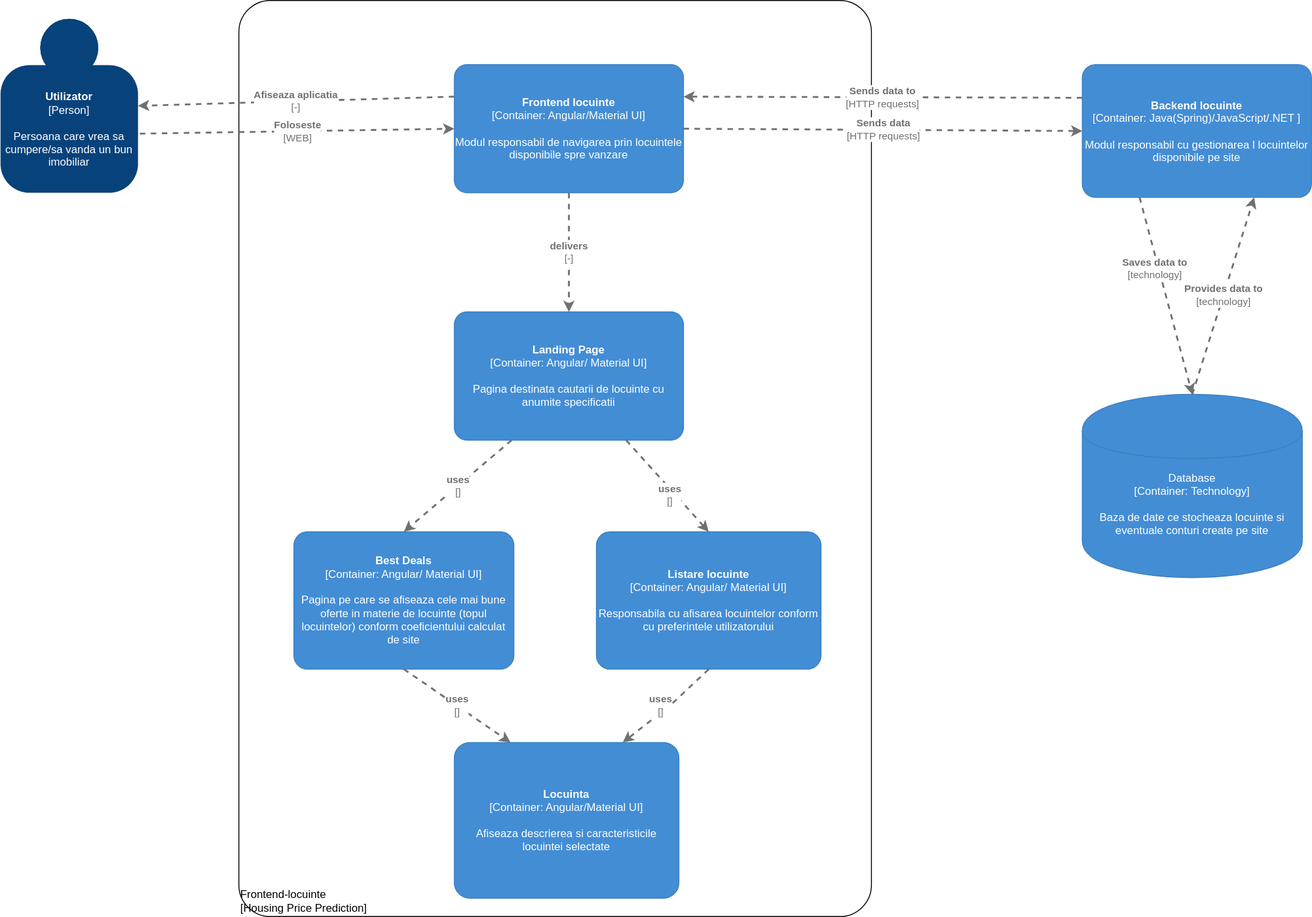
Above: C4-Frontend-locuinte/frontend-locuinte-level2.svg in MirceaSofrone/IPproiect-DeployFront (draw.io), before the change. Source tidied: cells renumbered, new cells last; positions are measured from the earlier drawing's top-left corner, leaving out a move shared by most shapes. The source it was exported from:
```xml
<mxGraphModel>
  <root>
    <mxCell id="0" />
    <mxCell id="1" parent="0" />
    <object id="2" label="&lt;div style=&quot;text-align: left&quot;&gt;%c4Name%&lt;/div&gt;&lt;div style=&quot;text-align: left&quot;&gt;[%c4Application%]&lt;/div&gt;" c4Application="Housing Price Prediction" c4Name="Frontend-locuinte" c4Type="ExecutionEnvironment" placeholders="1">
      <mxCell style="rounded=1;whiteSpace=wrap;html=1;labelBackgroundColor=none;fillColor=#ffffff;fontColor=#000000;align=left;arcSize=5;strokeColor=#000000;verticalAlign=bottom;metaData={&quot;c4Type&quot;:{&quot;editable&quot;:false}};" parent="1" vertex="1">
        <mxGeometry x="260" width="690" height="1000" as="geometry" />
      </mxCell>
    </object>
    <object id="3" label="&lt;b&gt;%c4Name%&lt;/b&gt;&lt;div&gt;[%c4Type%: %c4Technology%]&lt;/div&gt;&lt;br&gt;&lt;div&gt;%c4Description%&lt;/div&gt;" c4Description="Modul responsabil de navigarea prin locuintele disponibile spre vanzare" c4Name="Frontend locuinte" c4Technology="Angular/Material UI" c4Type="Container" placeholders="1">
      <mxCell style="rounded=1;whiteSpace=wrap;html=1;labelBackgroundColor=none;fillColor=#438DD5;fontColor=#ffffff;align=center;arcSize=10;strokeColor=#3C7FC0;metaData={&quot;c4Type&quot;:{&quot;editable&quot;:false}};points=[[0.25,0,0],[0.5,0,0],[0.75,0,0],[1,0.25,0],[1,0.5,0],[1,0.75,0],[0.75,1,0],[0.5,1,0],[0.25,1,0],[0,0.75,0],[0,0.5,0],[0,0.25,0]];" parent="1" vertex="1">
        <mxGeometry x="495" y="70" width="250" height="140" as="geometry" />
      </mxCell>
    </object>
    <object id="4" label="&lt;b&gt;%c4Name%&lt;/b&gt;&lt;div&gt;[%c4Type%: %c4Technology%]&lt;/div&gt;&lt;br&gt;&lt;div&gt;%c4Description%&lt;/div&gt;" c4Description="Pagina destinata cautarii de locuinte cu anumite specificatii" c4Name="Landing Page" c4Technology="Angular/ Material UI" c4Type="Container" placeholders="1">
      <mxCell style="rounded=1;whiteSpace=wrap;html=1;labelBackgroundColor=none;fillColor=#438DD5;fontColor=#ffffff;align=center;arcSize=10;strokeColor=#3C7FC0;metaData={&quot;c4Type&quot;:{&quot;editable&quot;:false}};points=[[0.25,0,0],[0.5,0,0],[0.75,0,0],[1,0.25,0],[1,0.5,0],[1,0.75,0],[0.75,1,0],[0.5,1,0],[0.25,1,0],[0,0.75,0],[0,0.5,0],[0,0.25,0]];" parent="1" vertex="1">
        <mxGeometry x="495" y="340" width="250" height="140" as="geometry" />
      </mxCell>
    </object>
    <object id="5" label="&lt;b&gt;%c4Name%&lt;/b&gt;&lt;div&gt;[%c4Type%]&lt;/div&gt;&lt;br&gt;&lt;div&gt;%c4Description%&lt;/div&gt;" c4Description="Persoana care vrea sa cumpere/sa vanda un bun imobiliar" c4Name="Utilizator" c4Type="Person" placeholders="1">
      <mxCell style="html=1;dashed=0;whitespace=wrap;fillColor=#08427b;strokeColor=none;fontColor=#ffffff;shape=mxgraph.c4.person;align=center;points=[[0.5,0,0],[1,0.5,0],[1,0.75,0],[0.75,1,0],[0.5,1,0],[0.25,1,0],[0,0.75,0],[0,0.5,0]];metaData={&quot;c4Type&quot;:{&quot;editable&quot;:false}};whiteSpace=wrap;" parent="1" vertex="1">
        <mxGeometry y="20" width="150" height="190" as="geometry" />
      </mxCell>
    </object>
    <object id="6" label="&lt;div style=&quot;text-align: left&quot;&gt;&lt;div style=&quot;text-align: center&quot;&gt;&lt;b&gt;%c4Description%&lt;/b&gt;&lt;/div&gt;&lt;div style=&quot;text-align: center&quot;&gt;[%c4Technology%]&lt;/div&gt;&lt;/div&gt;" c4Description="Foloseste" c4Technology="WEB" c4Type="Relationship" placeholders="1">
      <mxCell style="edgeStyle=none;rounded=0;html=1;jettySize=auto;strokeColor=#707070;strokeWidth=2;fontColor=#707070;jumpStyle=none;dashed=1;metaData={&quot;c4Type&quot;:{&quot;editable&quot;:false}};exitX=1.013;exitY=0.66;exitDx=0;exitDy=0;exitPerimeter=0;entryX=0;entryY=0.5;entryDx=0;entryDy=0;entryPerimeter=0;" parent="1" edge="1" source="5" target="3">
        <mxGeometry relative="1" as="geometry" />
      </mxCell>
    </object>
    <object id="7" label="&lt;b&gt;%c4Name%&lt;/b&gt;&lt;div&gt;[%c4Type%: %c4Technology%]&lt;/div&gt;&lt;br&gt;&lt;div&gt;%c4Description%&lt;/div&gt;" c4Description="Modul responsabil cu gestionarea l locuintelor disponibile pe site" c4Name="Backend locuinte" c4Technology="Java(Spring)/JavaScript/.NET " c4Type="Container" placeholders="1">
      <mxCell style="rounded=1;whiteSpace=wrap;html=1;labelBackgroundColor=none;fillColor=#438DD5;fontColor=#ffffff;align=center;arcSize=10;strokeColor=#3C7FC0;metaData={&quot;c4Type&quot;:{&quot;editable&quot;:false}};points=[[0.25,0,0],[0.5,0,0],[0.75,0,0],[1,0.25,0],[1,0.5,0],[1,0.75,0],[0.75,1,0],[0.5,1,0],[0.25,1,0],[0,0.75,0],[0,0.5,0],[0,0.25,0]];" parent="1" vertex="1">
        <mxGeometry x="1180" y="70" width="250" height="145" as="geometry" />
      </mxCell>
    </object>
    <object id="8" label="&lt;b&gt;%c4Name%&lt;/b&gt;&lt;div&gt;[%c4Type%: %c4Technology%]&lt;/div&gt;&lt;br&gt;&lt;div&gt;%c4Description%&lt;/div&gt;" c4Description="Pagina pe care se afiseaza cele mai bune oferte in materie de locuinte (topul locuintelor) conform coeficientului calculat de site" c4Name="Best Deals" c4Technology="Angular/ Material UI" c4Type="Container" placeholders="1">
      <mxCell style="rounded=1;whiteSpace=wrap;html=1;labelBackgroundColor=none;fillColor=#438DD5;fontColor=#ffffff;align=center;arcSize=10;strokeColor=#3C7FC0;metaData={&quot;c4Type&quot;:{&quot;editable&quot;:false}};points=[[0.25,0,0],[0.5,0,0],[0.75,0,0],[1,0.25,0],[1,0.5,0],[1,0.75,0],[0.75,1,0],[0.5,1,0],[0.25,1,0],[0,0.75,0],[0,0.5,0],[0,0.25,0]];" parent="1" vertex="1">
        <mxGeometry x="320" y="580" width="240" height="150" as="geometry" />
      </mxCell>
    </object>
    <object id="9" label="&lt;b&gt;%c4Name%&lt;/b&gt;&lt;div&gt;[%c4Type%: %c4Technology%]&lt;/div&gt;&lt;br&gt;&lt;div&gt;%c4Description%&lt;/div&gt;" c4Description="Responsabila cu afisarea locuintelor conform cu preferintele utilizatorului" c4Name="Listare locuinte" c4Technology="Angular/ Material UI" c4Type="Container" placeholders="1">
      <mxCell style="rounded=1;whiteSpace=wrap;html=1;labelBackgroundColor=none;fillColor=#438DD5;fontColor=#ffffff;align=center;arcSize=10;strokeColor=#3C7FC0;metaData={&quot;c4Type&quot;:{&quot;editable&quot;:false}};points=[[0.25,0,0],[0.5,0,0],[0.75,0,0],[1,0.25,0],[1,0.5,0],[1,0.75,0],[0.75,1,0],[0.5,1,0],[0.25,1,0],[0,0.75,0],[0,0.5,0],[0,0.25,0]];" parent="1" vertex="1">
        <mxGeometry x="650" y="580" width="245" height="150" as="geometry" />
      </mxCell>
    </object>
    <object id="10" label="&lt;div style=&quot;text-align: left&quot;&gt;&lt;div style=&quot;text-align: center&quot;&gt;&lt;b&gt;%c4Description%&lt;/b&gt;&lt;/div&gt;&lt;div style=&quot;text-align: center&quot;&gt;[%c4Technology%]&lt;/div&gt;&lt;/div&gt;" c4Description="Sends data" c4Technology="HTTP requests" c4Type="Relationship" placeholders="1">
      <mxCell style="edgeStyle=none;rounded=0;html=1;jettySize=auto;strokeColor=#707070;strokeWidth=2;fontColor=#707070;jumpStyle=none;dashed=1;metaData={&quot;c4Type&quot;:{&quot;editable&quot;:false}};entryX=0;entryY=0.5;entryDx=0;entryDy=0;entryPerimeter=0;exitX=1;exitY=0.5;exitDx=0;exitDy=0;exitPerimeter=0;" parent="1" edge="1" source="3" target="7">
        <mxGeometry relative="1" as="geometry" />
      </mxCell>
    </object>
    <object id="11" label="&lt;div style=&quot;text-align: left&quot;&gt;&lt;div style=&quot;text-align: center&quot;&gt;&lt;b&gt;%c4Description%&lt;/b&gt;&lt;/div&gt;&lt;div style=&quot;text-align: center&quot;&gt;[%c4Technology%]&lt;/div&gt;&lt;/div&gt;" c4Description="Sends data to" c4Technology="HTTP requests" c4Type="Relationship" placeholders="1">
      <mxCell style="edgeStyle=none;rounded=0;html=1;jettySize=auto;strokeColor=#707070;strokeWidth=2;fontColor=#707070;jumpStyle=none;dashed=1;metaData={&quot;c4Type&quot;:{&quot;editable&quot;:false}};entryX=1;entryY=0.25;entryDx=0;entryDy=0;entryPerimeter=0;exitX=0;exitY=0.25;exitDx=0;exitDy=0;exitPerimeter=0;" parent="1" edge="1" source="7" target="3">
        <mxGeometry relative="1" as="geometry" />
      </mxCell>
    </object>
    <object id="12" label="&lt;b&gt;%c4Name%&lt;/b&gt;&lt;div&gt;[%c4Type%: %c4Technology%]&lt;/div&gt;&lt;br&gt;&lt;div&gt;%c4Description%&lt;/div&gt;" c4Description="Afiseaza descrierea si caracteristicile locuintei selectate" c4Name="Locuinta" c4Technology="Angular/Material UI" c4Type="Container" placeholders="1">
      <mxCell style="rounded=1;whiteSpace=wrap;html=1;labelBackgroundColor=none;fillColor=#438DD5;fontColor=#ffffff;align=center;arcSize=10;strokeColor=#3C7FC0;metaData={&quot;c4Type&quot;:{&quot;editable&quot;:false}};points=[[0.25,0,0],[0.5,0,0],[0.75,0,0],[1,0.25,0],[1,0.5,0],[1,0.75,0],[0.75,1,0],[0.5,1,0],[0.25,1,0],[0,0.75,0],[0,0.5,0],[0,0.25,0]];" parent="1" vertex="1">
        <mxGeometry x="495" y="810" width="245" height="170" as="geometry" />
      </mxCell>
    </object>
    <object id="13" label="&lt;div style=&quot;text-align: left&quot;&gt;&lt;div style=&quot;text-align: center&quot;&gt;&lt;b&gt;%c4Description%&lt;/b&gt;&lt;/div&gt;&lt;div style=&quot;text-align: center&quot;&gt;[%c4Technology%]&lt;/div&gt;&lt;/div&gt;" c4Description="delivers" c4Technology="-" c4Type="Relationship" placeholders="1">
      <mxCell style="edgeStyle=none;rounded=0;html=1;entryX=0.5;entryY=0;jettySize=auto;strokeColor=#707070;strokeWidth=2;fontColor=#707070;jumpStyle=none;dashed=1;metaData={&quot;c4Type&quot;:{&quot;editable&quot;:false}};entryDx=0;entryDy=0;entryPerimeter=0;exitX=0.5;exitY=1;exitDx=0;exitDy=0;exitPerimeter=0;" parent="1" edge="1" source="3" target="4">
        <mxGeometry relative="1" as="geometry" />
      </mxCell>
    </object>
    <object id="14" label="&lt;div style=&quot;text-align: left&quot;&gt;&lt;div style=&quot;text-align: center&quot;&gt;&lt;b&gt;%c4Description%&lt;/b&gt;&lt;/div&gt;&lt;div style=&quot;text-align: center&quot;&gt;[%c4Technology%]&lt;/div&gt;&lt;/div&gt;" c4Description="Afiseaza aplicatia" c4Technology="-" c4Type="Relationship" placeholders="1">
      <mxCell style="edgeStyle=none;rounded=0;html=1;entryX=1;entryY=0.5;jettySize=auto;strokeColor=#707070;strokeWidth=2;fontColor=#707070;jumpStyle=none;dashed=1;metaData={&quot;c4Type&quot;:{&quot;editable&quot;:false}};exitX=0;exitY=0.25;exitDx=0;exitDy=0;exitPerimeter=0;entryDx=0;entryDy=0;entryPerimeter=0;" parent="1" edge="1" source="3" target="5">
        <mxGeometry relative="1" as="geometry" />
      </mxCell>
    </object>
    <object id="15" label="&lt;div style=&quot;text-align: left&quot;&gt;&lt;div style=&quot;text-align: center&quot;&gt;&lt;b&gt;%c4Description%&lt;/b&gt;&lt;/div&gt;&lt;div style=&quot;text-align: center&quot;&gt;[%c4Technology%]&lt;/div&gt;&lt;/div&gt;" c4Description="uses" c4Technology="" c4Type="Relationship" placeholders="1">
      <mxCell style="edgeStyle=none;rounded=0;html=1;entryX=0.5;entryY=0;jettySize=auto;strokeColor=#707070;strokeWidth=2;fontColor=#707070;jumpStyle=none;dashed=1;metaData={&quot;c4Type&quot;:{&quot;editable&quot;:false}};exitX=0.75;exitY=1;exitDx=0;exitDy=0;exitPerimeter=0;entryDx=0;entryDy=0;entryPerimeter=0;" parent="1" edge="1" source="4" target="9">
        <mxGeometry x="0.14" y="-5" relative="1" as="geometry" />
      </mxCell>
    </object>
    <object id="16" label="&lt;div style=&quot;text-align: left&quot;&gt;&lt;div style=&quot;text-align: center&quot;&gt;&lt;b&gt;%c4Description%&lt;/b&gt;&lt;/div&gt;&lt;div style=&quot;text-align: center&quot;&gt;[%c4Technology%]&lt;/div&gt;&lt;/div&gt;" c4Description="uses" c4Technology="" c4Type="Relationship" placeholders="1">
      <mxCell style="edgeStyle=none;rounded=0;html=1;entryX=0.25;entryY=0;jettySize=auto;strokeColor=#707070;strokeWidth=2;fontColor=#707070;jumpStyle=none;dashed=1;metaData={&quot;c4Type&quot;:{&quot;editable&quot;:false}};entryDx=0;entryDy=0;entryPerimeter=0;exitX=0.5;exitY=1;exitDx=0;exitDy=0;exitPerimeter=0;" parent="1" edge="1" source="8" target="12">
        <mxGeometry relative="1" as="geometry" />
      </mxCell>
    </object>
    <object id="17" label="&lt;div style=&quot;text-align: left&quot;&gt;&lt;div style=&quot;text-align: center&quot;&gt;&lt;b&gt;%c4Description%&lt;/b&gt;&lt;/div&gt;&lt;div style=&quot;text-align: center&quot;&gt;[%c4Technology%]&lt;/div&gt;&lt;/div&gt;" c4Description="uses" c4Technology="" c4Type="Relationship" placeholders="1">
      <mxCell style="edgeStyle=none;rounded=0;html=1;entryX=0.75;entryY=0;jettySize=auto;strokeColor=#707070;strokeWidth=2;fontColor=#707070;jumpStyle=none;dashed=1;metaData={&quot;c4Type&quot;:{&quot;editable&quot;:false}};exitX=0.5;exitY=1;exitDx=0;exitDy=0;exitPerimeter=0;entryDx=0;entryDy=0;entryPerimeter=0;" parent="1" edge="1" source="9" target="12">
        <mxGeometry x="0.07" y="-6" relative="1" as="geometry">
          <Array as="points">
            <mxPoint x="730" y="770" />
          </Array>
        </mxGeometry>
      </mxCell>
    </object>
    <object id="18" label="&lt;div style=&quot;text-align: left&quot;&gt;&lt;div style=&quot;text-align: center&quot;&gt;&lt;b&gt;%c4Description%&lt;/b&gt;&lt;/div&gt;&lt;div style=&quot;text-align: center&quot;&gt;[%c4Technology%]&lt;/div&gt;&lt;/div&gt;" c4Description="uses" c4Technology="" c4Type="Relationship" placeholders="1">
      <mxCell style="edgeStyle=none;rounded=0;html=1;entryX=0.5;entryY=0;jettySize=auto;strokeColor=#707070;strokeWidth=2;fontColor=#707070;jumpStyle=none;dashed=1;metaData={&quot;c4Type&quot;:{&quot;editable&quot;:false}};entryDx=0;entryDy=0;entryPerimeter=0;exitX=0.25;exitY=1;exitDx=0;exitDy=0;exitPerimeter=0;" parent="1" edge="1" source="4" target="8">
        <mxGeometry relative="1" as="geometry" />
      </mxCell>
    </object>
    <object id="19" label="%c4Type%&lt;div&gt;[Container:&amp;nbsp;%c4Technology%]&lt;/div&gt;&lt;br&gt;&lt;div&gt;%c4Description%&lt;/div&gt;" c4Description="Baza de date ce stocheaza locuinte si eventuale conturi create pe site" c4Technology="Technology" c4Type="Database" placeholders="1">
      <mxCell style="shape=cylinder;whiteSpace=wrap;html=1;boundedLbl=1;rounded=0;labelBackgroundColor=none;fillColor=#438DD5;fontSize=12;fontColor=#ffffff;align=center;strokeColor=#3C7FC0;points=[[0.5,0,0],[1,0.25,0],[1,0.5,0],[1,0.75,0],[0.5,1,0],[0,0.75,0],[0,0.5,0],[0,0.25,0]];metaData={&quot;c4Type&quot;:{&quot;editable&quot;:false}};" parent="1" vertex="1">
        <mxGeometry x="1180" y="430" width="240" height="200" as="geometry" />
      </mxCell>
    </object>
    <object id="20" label="&lt;div style=&quot;text-align: left&quot;&gt;&lt;div style=&quot;text-align: center&quot;&gt;&lt;b&gt;%c4Description%&lt;/b&gt;&lt;/div&gt;&lt;div style=&quot;text-align: center&quot;&gt;[%c4Technology%]&lt;/div&gt;&lt;/div&gt;" c4Description="Saves data to" c4Technology="technology" c4Type="Relationship" placeholders="1">
      <mxCell style="edgeStyle=none;rounded=0;html=1;entryX=0.5;entryY=0;jettySize=auto;strokeColor=#707070;strokeWidth=2;fontColor=#707070;jumpStyle=none;dashed=1;metaData={&quot;c4Type&quot;:{&quot;editable&quot;:false}};exitX=0.25;exitY=1;exitDx=0;exitDy=0;exitPerimeter=0;entryDx=0;entryDy=0;entryPerimeter=0;" parent="1" edge="1" source="7" target="19">
        <mxGeometry x="-0.28" y="-4" relative="1" as="geometry" />
      </mxCell>
    </object>
    <object id="21" label="&lt;div style=&quot;text-align: left&quot;&gt;&lt;div style=&quot;text-align: center&quot;&gt;&lt;b&gt;%c4Description%&lt;/b&gt;&lt;/div&gt;&lt;div style=&quot;text-align: center&quot;&gt;[%c4Technology%]&lt;/div&gt;&lt;/div&gt;" c4Description="Provides data to" c4Technology="technology" c4Type="Relationship" placeholders="1">
      <mxCell style="edgeStyle=none;rounded=0;html=1;entryX=0.75;entryY=1;jettySize=auto;strokeColor=#707070;strokeWidth=2;fontColor=#707070;jumpStyle=none;dashed=1;metaData={&quot;c4Type&quot;:{&quot;editable&quot;:false}};exitX=0.5;exitY=0;exitDx=0;exitDy=0;exitPerimeter=0;entryDx=0;entryDy=0;entryPerimeter=0;" parent="1" edge="1" source="19" target="7">
        <mxGeometry relative="1" as="geometry" />
      </mxCell>
    </object>
  </root>
</mxGraphModel>
```
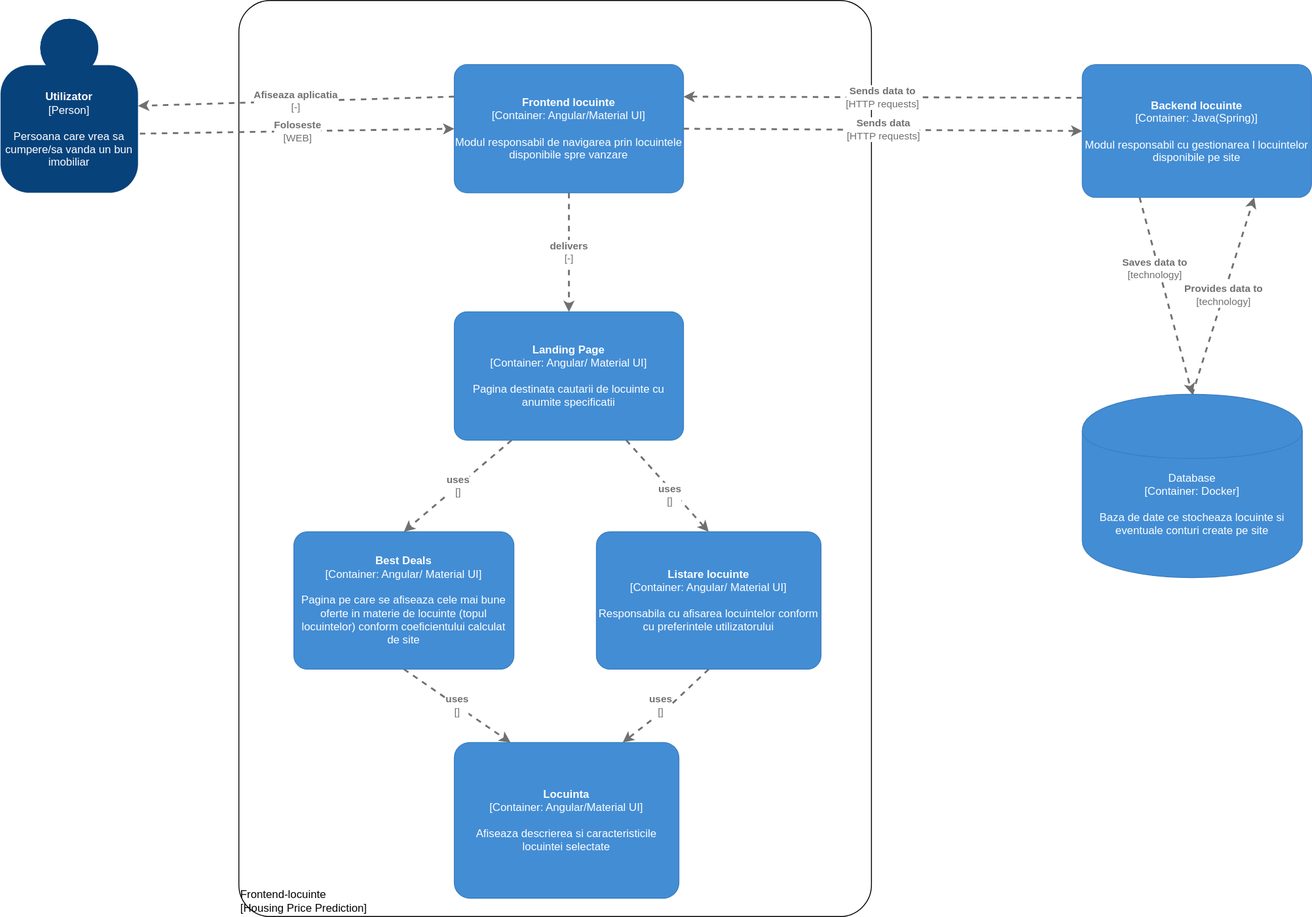
After the commit.

Commit message:
changed frotend-locuinte backend tech

What changed in the source:
```diff
@@ -27,7 +27,7 @@
         <mxGeometry relative="1" as="geometry" />
       </mxCell>
     </object>
-    <object id="7" label="&lt;b&gt;%c4Name%&lt;/b&gt;&lt;div&gt;[%c4Type%: %c4Technology%]&lt;/div&gt;&lt;br&gt;&lt;div&gt;%c4Description%&lt;/div&gt;" c4Description="Modul responsabil cu gestionarea l locuintelor disponibile pe site" c4Name="Backend locuinte" c4Technology="Java(Spring)/JavaScript/.NET " c4Type="Container" placeholders="1">
+    <object id="7" label="&lt;b&gt;%c4Name%&lt;/b&gt;&lt;div&gt;[%c4Type%: %c4Technology%]&lt;/div&gt;&lt;br&gt;&lt;div&gt;%c4Description%&lt;/div&gt;" c4Description="Modul responsabil cu gestionarea l locuintelor disponibile pe site" c4Name="Backend locuinte" c4Technology="Java(Spring)" c4Type="Container" placeholders="1">
       <mxCell style="rounded=1;whiteSpace=wrap;html=1;labelBackgroundColor=none;fillColor=#438DD5;fontColor=#ffffff;align=center;arcSize=10;strokeColor=#3C7FC0;metaData={&quot;c4Type&quot;:{&quot;editable&quot;:false}};points=[[0.25,0,0],[0.5,0,0],[0.75,0,0],[1,0.25,0],[1,0.5,0],[1,0.75,0],[0.75,1,0],[0.5,1,0],[0.25,1,0],[0,0.75,0],[0,0.5,0],[0,0.25,0]];" parent="1" vertex="1">
         <mxGeometry x="1180" y="70" width="250" height="145" as="geometry" />
       </mxCell>
@@ -91,7 +91,7 @@
         <mxGeometry relative="1" as="geometry" />
       </mxCell>
     </object>
-    <object id="19" label="%c4Type%&lt;div&gt;[Container:&amp;nbsp;%c4Technology%]&lt;/div&gt;&lt;br&gt;&lt;div&gt;%c4Description%&lt;/div&gt;" c4Description="Baza de date ce stocheaza locuinte si eventuale conturi create pe site" c4Technology="Technology" c4Type="Database" placeholders="1">
+    <object id="19" label="%c4Type%&lt;div&gt;[Container:&amp;nbsp;%c4Technology%]&lt;/div&gt;&lt;br&gt;&lt;div&gt;%c4Description%&lt;/div&gt;" c4Description="Baza de date ce stocheaza locuinte si eventuale conturi create pe site" c4Technology="Docker" c4Type="Database" placeholders="1">
       <mxCell style="shape=cylinder;whiteSpace=wrap;html=1;boundedLbl=1;rounded=0;labelBackgroundColor=none;fillColor=#438DD5;fontSize=12;fontColor=#ffffff;align=center;strokeColor=#3C7FC0;points=[[0.5,0,0],[1,0.25,0],[1,0.5,0],[1,0.75,0],[0.5,1,0],[0,0.75,0],[0,0.5,0],[0,0.25,0]];metaData={&quot;c4Type&quot;:{&quot;editable&quot;:false}};" parent="1" vertex="1">
         <mxGeometry x="1180" y="430" width="240" height="200" as="geometry" />
       </mxCell>
```
